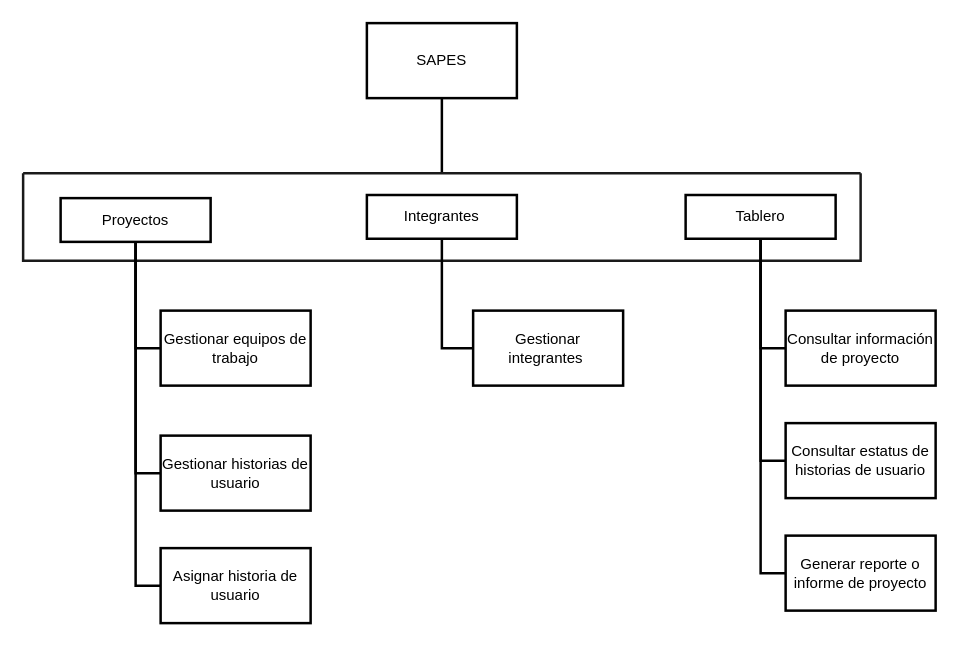
This is utez/DiagramaBloques.drawio from Molina26/diagrams-uml, a draw.io file, before an edit. Source tidied: cells renumbered, new cells numbered last; positions are measured from the earlier drawing's top-left corner, leaving out a move shared by most shapes. Both pictures are drawn from the tidied source at 125%, with x=0, y=0 at pixel (22, 22).
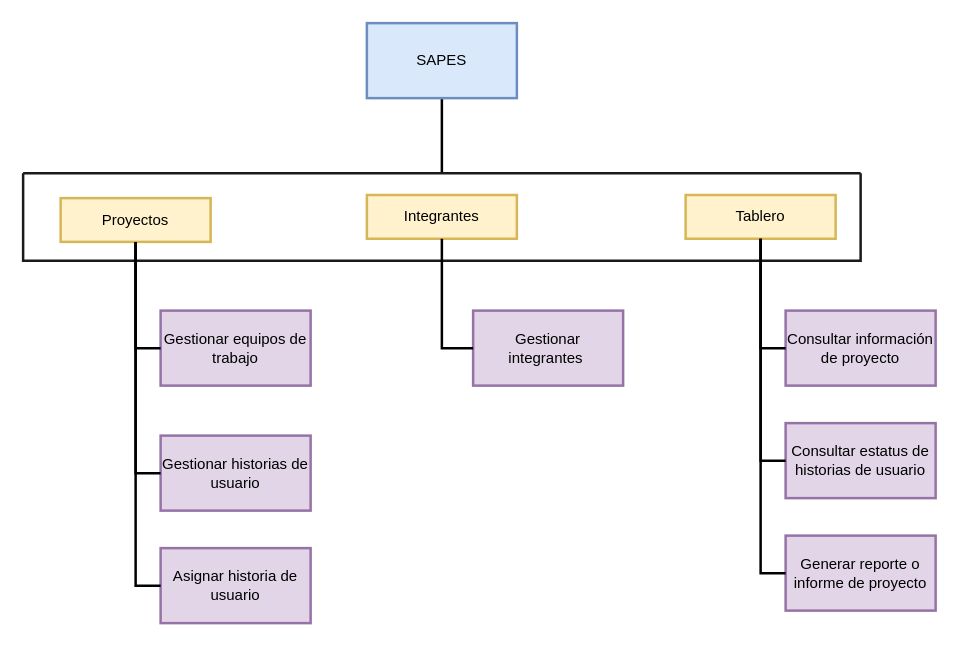
Above is the later version.

Unchanged cells that the change refers to:
```xml
<mxCell id="4" style="swimlane;startSize=0;strokeColor=#1A1A1A;strokeWidth=2;spacingLeft=0;sketch=0;spacingBottom=0;" parent="1" vertex="1">
  <mxGeometry y="120" width="670" height="70" as="geometry" />
</mxCell>
```

Diff of the diagram source:
```diff
@@
-    <mxCell id="3" value="SAPES" style="rounded=0;whiteSpace=wrap;html=1;strokeWidth=2;" parent="1" vertex="1">
+    <mxCell id="3" value="SAPES" style="rounded=0;whiteSpace=wrap;html=1;strokeWidth=2;fillColor=#dae8fc;strokeColor=#6c8ebf;" parent="1" vertex="1">
       <mxGeometry x="275" width="120" height="60" as="geometry" />
     </mxCell>
@@
-    <mxCell id="5" value="Proyectos" style="rounded=0;whiteSpace=wrap;html=1;strokeWidth=2;" parent="4" vertex="1">
+    <mxCell id="5" value="Proyectos" style="rounded=0;whiteSpace=wrap;html=1;strokeWidth=2;fillColor=#fff2cc;strokeColor=#d6b656;" parent="4" vertex="1">
       <mxGeometry x="30" y="20" width="120" height="35" as="geometry" />
     </mxCell>
-    <mxCell id="6" value="Integrantes" style="rounded=0;whiteSpace=wrap;html=1;strokeWidth=2;" parent="4" vertex="1">
+    <mxCell id="6" value="Integrantes" style="rounded=0;whiteSpace=wrap;html=1;strokeWidth=2;fillColor=#fff2cc;strokeColor=#d6b656;" parent="4" vertex="1">
       <mxGeometry x="275" y="17.5" width="120" height="35" as="geometry" />
     </mxCell>
-    <mxCell id="7" value="Tablero" style="rounded=0;whiteSpace=wrap;html=1;strokeWidth=2;" parent="4" vertex="1">
+    <mxCell id="7" value="Tablero" style="rounded=0;whiteSpace=wrap;html=1;strokeWidth=2;fillColor=#fff2cc;strokeColor=#d6b656;" parent="4" vertex="1">
       <mxGeometry x="530" y="17.5" width="120" height="35" as="geometry" />
     </mxCell>
-    <mxCell id="8" value="Gestionar equipos de trabajo" style="rounded=0;whiteSpace=wrap;html=1;strokeWidth=2;" parent="1" vertex="1">
+    <mxCell id="8" value="Gestionar equipos de trabajo" style="rounded=0;whiteSpace=wrap;html=1;strokeWidth=2;fillColor=#e1d5e7;strokeColor=#9673a6;" parent="1" vertex="1">
       <mxGeometry x="110" y="230" width="120" height="60" as="geometry" />
     </mxCell>
-    <mxCell id="9" value="Gestionar historias de usuario" style="rounded=0;whiteSpace=wrap;html=1;strokeWidth=2;" parent="1" vertex="1">
+    <mxCell id="9" value="Gestionar historias de usuario" style="rounded=0;whiteSpace=wrap;html=1;strokeWidth=2;fillColor=#e1d5e7;strokeColor=#9673a6;" parent="1" vertex="1">
       <mxGeometry x="110" y="330" width="120" height="60" as="geometry" />
     </mxCell>
-    <mxCell id="10" value="Asignar historia de usuario" style="rounded=0;whiteSpace=wrap;html=1;strokeWidth=2;" parent="1" vertex="1">
+    <mxCell id="10" value="Asignar historia de usuario" style="rounded=0;whiteSpace=wrap;html=1;strokeWidth=2;fillColor=#e1d5e7;strokeColor=#9673a6;" parent="1" vertex="1">
       <mxGeometry x="110" y="420" width="120" height="60" as="geometry" />
     </mxCell>
@@
-    <mxCell id="14" value="Gestionar integrantes&amp;nbsp;" style="rounded=0;whiteSpace=wrap;html=1;strokeWidth=2;" parent="1" vertex="1">
+    <mxCell id="14" value="Gestionar integrantes&amp;nbsp;" style="rounded=0;whiteSpace=wrap;html=1;strokeWidth=2;fillColor=#e1d5e7;strokeColor=#9673a6;" parent="1" vertex="1">
       <mxGeometry x="360" y="230" width="120" height="60" as="geometry" />
     </mxCell>
@@
-    <mxCell id="16" value="Consultar estatus de historias de usuario" style="rounded=0;whiteSpace=wrap;html=1;strokeWidth=2;" parent="1" vertex="1">
+    <mxCell id="16" value="Consultar estatus de historias de usuario" style="rounded=0;whiteSpace=wrap;html=1;strokeWidth=2;fillColor=#e1d5e7;strokeColor=#9673a6;" parent="1" vertex="1">
       <mxGeometry x="610" y="320" width="120" height="60" as="geometry" />
     </mxCell>
-    <mxCell id="17" value="Consultar información de proyecto" style="rounded=0;whiteSpace=wrap;html=1;strokeWidth=2;" parent="1" vertex="1">
+    <mxCell id="17" value="Consultar información de proyecto" style="rounded=0;whiteSpace=wrap;html=1;strokeWidth=2;fillColor=#e1d5e7;strokeColor=#9673a6;" parent="1" vertex="1">
       <mxGeometry x="610" y="230" width="120" height="60" as="geometry" />
     </mxCell>
-    <mxCell id="18" value="Generar reporte o informe de proyecto" style="rounded=0;whiteSpace=wrap;html=1;strokeWidth=2;" parent="1" vertex="1">
+    <mxCell id="18" value="Generar reporte o informe de proyecto" style="rounded=0;whiteSpace=wrap;html=1;strokeWidth=2;fillColor=#e1d5e7;strokeColor=#9673a6;" parent="1" vertex="1">
       <mxGeometry x="610" y="410" width="120" height="60" as="geometry" />
     </mxCell>
```
